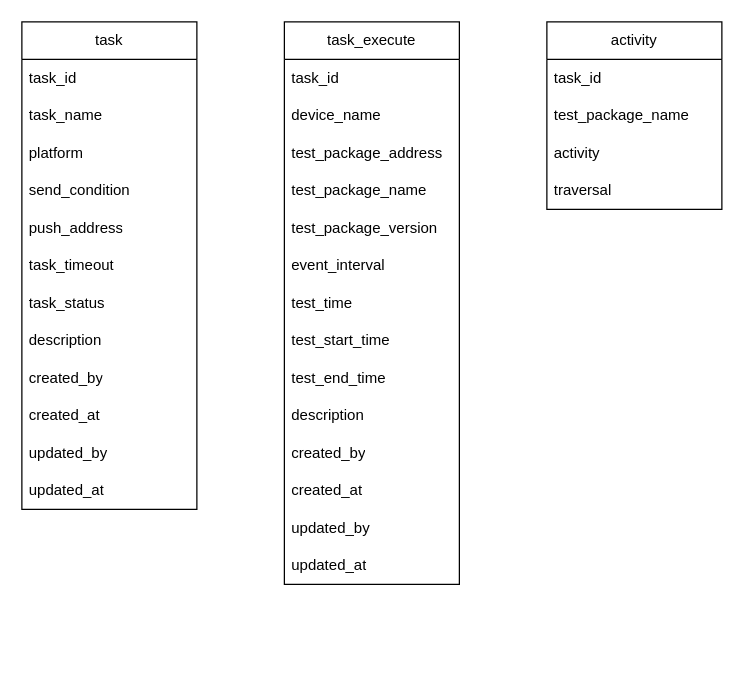
chengmo23/draw.io keeps this draw.io diagram as app稳定性测试平台.drawio. Above is the earlier version. Source tidied: cells renumbered, new cells numbered last; positions are measured from the earlier drawing's top-left corner, leaving out a move shared by most shapes. Both pictures are drawn from the tidied source at 125%, with x=0, y=0 at pixel (21, 21).
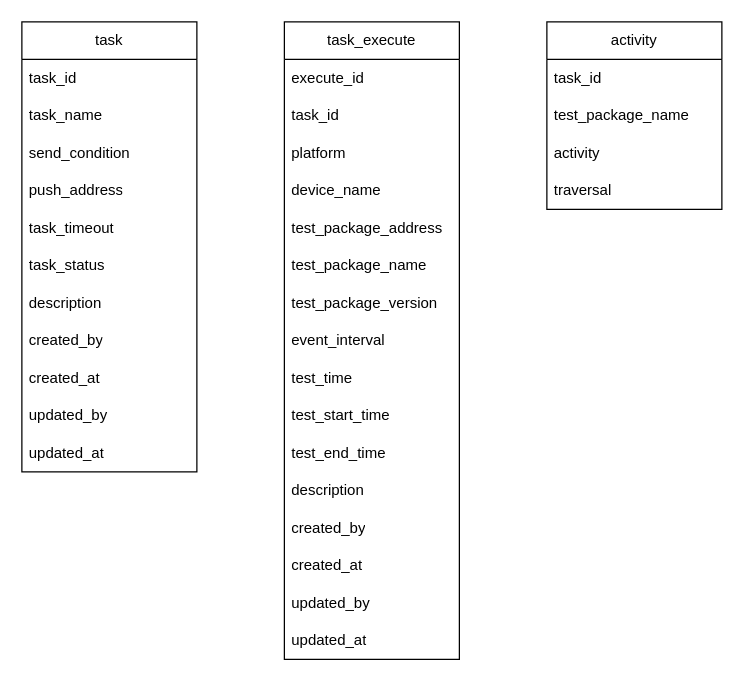
The same page after the edit.

Commit message:
更新app稳定性测试平台.drawio

Diff of the diagram source:
```diff
@@
     <mxCell id="2" value="task" style="swimlane;fontStyle=0;horizontal=1;startSize=30;whiteSpace=wrap;html=1;" parent="1" vertex="1">
-      <mxGeometry width="140" height="390" as="geometry" />
+      <mxGeometry width="140" height="360" as="geometry" />
     </mxCell>
@@
-    <mxCell id="5" value="platform" style="text;strokeColor=none;fillColor=none;align=left;verticalAlign=middle;spacingLeft=4;spacingRight=4;overflow=hidden;whiteSpace=wrap;html=1;" parent="2" vertex="1">
-      <mxGeometry y="90" width="140" height="30" as="geometry" />
-    </mxCell>
     <mxCell id="6" value="send_condition" style="text;strokeColor=none;fillColor=none;align=left;verticalAlign=middle;spacingLeft=4;spacingRight=4;overflow=hidden;whiteSpace=wrap;html=1;" parent="2" vertex="1">
-      <mxGeometry y="120" width="140" height="30" as="geometry" />
+      <mxGeometry y="90" width="140" height="30" as="geometry" />
     </mxCell>
     <mxCell id="7" value="push_address" style="text;strokeColor=none;fillColor=none;align=left;verticalAlign=middle;spacingLeft=4;spacingRight=4;overflow=hidden;whiteSpace=wrap;html=1;" parent="2" vertex="1">
-      <mxGeometry y="150" width="140" height="30" as="geometry" />
+      <mxGeometry y="120" width="140" height="30" as="geometry" />
     </mxCell>
     <mxCell id="8" value="task_timeout" style="text;strokeColor=none;fillColor=none;align=left;verticalAlign=middle;spacingLeft=4;spacingRight=4;overflow=hidden;whiteSpace=wrap;html=1;" parent="2" vertex="1">
-      <mxGeometry y="180" width="140" height="30" as="geometry" />
+      <mxGeometry y="150" width="140" height="30" as="geometry" />
     </mxCell>
     <mxCell id="9" value="task_status" style="text;strokeColor=none;fillColor=none;align=left;verticalAlign=middle;spacingLeft=4;spacingRight=4;overflow=hidden;whiteSpace=wrap;html=1;" parent="2" vertex="1">
-      <mxGeometry y="210" width="140" height="30" as="geometry" />
+      <mxGeometry y="180" width="140" height="30" as="geometry" />
     </mxCell>
     <mxCell id="10" value="description" style="text;strokeColor=none;fillColor=none;align=left;verticalAlign=middle;spacingLeft=4;spacingRight=4;overflow=hidden;whiteSpace=wrap;html=1;" parent="2" vertex="1">
-      <mxGeometry y="240" width="140" height="30" as="geometry" />
+      <mxGeometry y="210" width="140" height="30" as="geometry" />
     </mxCell>
     <mxCell id="11" value="created_by" style="text;strokeColor=none;fillColor=none;align=left;verticalAlign=middle;spacingLeft=4;spacingRight=4;overflow=hidden;whiteSpace=wrap;html=1;" parent="2" vertex="1">
-      <mxGeometry y="270" width="140" height="30" as="geometry" />
+      <mxGeometry y="240" width="140" height="30" as="geometry" />
     </mxCell>
     <mxCell id="12" value="created_at" style="text;strokeColor=none;fillColor=none;align=left;verticalAlign=middle;spacingLeft=4;spacingRight=4;overflow=hidden;whiteSpace=wrap;html=1;" parent="2" vertex="1">
-      <mxGeometry y="300" width="140" height="30" as="geometry" />
+      <mxGeometry y="270" width="140" height="30" as="geometry" />
     </mxCell>
     <mxCell id="13" value="updated_by" style="text;strokeColor=none;fillColor=none;align=left;verticalAlign=middle;spacingLeft=4;spacingRight=4;overflow=hidden;whiteSpace=wrap;html=1;" parent="2" vertex="1">
-      <mxGeometry y="330" width="140" height="30" as="geometry" />
+      <mxGeometry y="300" width="140" height="30" as="geometry" />
     </mxCell>
     <mxCell id="14" value="updated_at" style="text;strokeColor=none;fillColor=none;align=left;verticalAlign=middle;spacingLeft=4;spacingRight=4;overflow=hidden;whiteSpace=wrap;html=1;" parent="2" vertex="1">
-      <mxGeometry y="360" width="140" height="30" as="geometry" />
+      <mxGeometry y="330" width="140" height="30" as="geometry" />
     </mxCell>
     <mxCell id="15" value="task_execute" style="swimlane;fontStyle=0;horizontal=1;startSize=30;whiteSpace=wrap;html=1;" parent="1" vertex="1">
-      <mxGeometry x="210" width="140" height="450" as="geometry" />
+      <mxGeometry x="210" width="140" height="510" as="geometry" />
     </mxCell>
+    <mxCell id="35" value="execute_id" style="text;strokeColor=none;fillColor=none;align=left;verticalAlign=middle;spacingLeft=4;spacingRight=4;overflow=hidden;whiteSpace=wrap;html=1;" parent="15" vertex="1">
+      <mxGeometry y="30" width="140" height="30" as="geometry" />
+    </mxCell>
     <mxCell id="16" value="task_id" style="text;strokeColor=none;fillColor=none;align=left;verticalAlign=middle;spacingLeft=4;spacingRight=4;overflow=hidden;whiteSpace=wrap;html=1;" parent="15" vertex="1">
-      <mxGeometry y="30" width="140" height="30" as="geometry" />
+      <mxGeometry y="60" width="140" height="30" as="geometry" />
     </mxCell>
+    <mxCell id="5" value="platform" style="text;strokeColor=none;fillColor=none;align=left;verticalAlign=middle;spacingLeft=4;spacingRight=4;overflow=hidden;whiteSpace=wrap;html=1;" parent="15" vertex="1">
+      <mxGeometry y="90" width="140" height="30" as="geometry" />
+    </mxCell>
     <mxCell id="17" value="device_name" style="text;strokeColor=none;fillColor=none;align=left;verticalAlign=middle;spacingLeft=4;spacingRight=4;overflow=hidden;whiteSpace=wrap;html=1;" parent="15" vertex="1">
-      <mxGeometry y="60" width="140" height="30" as="geometry" />
+      <mxGeometry y="120" width="140" height="30" as="geometry" />
     </mxCell>
     <mxCell id="18" value="test_package_address" style="text;strokeColor=none;fillColor=none;align=left;verticalAlign=middle;spacingLeft=4;spacingRight=4;overflow=hidden;whiteSpace=wrap;html=1;" parent="15" vertex="1">
-      <mxGeometry y="90" width="140" height="30" as="geometry" />
+      <mxGeometry y="150" width="140" height="30" as="geometry" />
     </mxCell>
     <mxCell id="19" value="test_package_name" style="text;strokeColor=none;fillColor=none;align=left;verticalAlign=middle;spacingLeft=4;spacingRight=4;overflow=hidden;whiteSpace=wrap;html=1;" parent="15" vertex="1">
-      <mxGeometry y="120" width="140" height="30" as="geometry" />
+      <mxGeometry y="180" width="140" height="30" as="geometry" />
     </mxCell>
     <mxCell id="20" value="test_package_version" style="text;strokeColor=none;fillColor=none;align=left;verticalAlign=middle;spacingLeft=4;spacingRight=4;overflow=hidden;whiteSpace=wrap;html=1;" parent="15" vertex="1">
-      <mxGeometry y="150" width="140" height="30" as="geometry" />
+      <mxGeometry y="210" width="140" height="30" as="geometry" />
     </mxCell>
     <mxCell id="21" value="event_interval" style="text;strokeColor=none;fillColor=none;align=left;verticalAlign=middle;spacingLeft=4;spacingRight=4;overflow=hidden;whiteSpace=wrap;html=1;" parent="15" vertex="1">
-      <mxGeometry y="180" width="140" height="30" as="geometry" />
+      <mxGeometry y="240" width="140" height="30" as="geometry" />
     </mxCell>
     <mxCell id="22" value="test_time" style="text;strokeColor=none;fillColor=none;align=left;verticalAlign=middle;spacingLeft=4;spacingRight=4;overflow=hidden;whiteSpace=wrap;html=1;" parent="15" vertex="1">
-      <mxGeometry y="210" width="140" height="30" as="geometry" />
+      <mxGeometry y="270" width="140" height="30" as="geometry" />
     </mxCell>
     <mxCell id="23" value="test_start_time" style="text;strokeColor=none;fillColor=none;align=left;verticalAlign=middle;spacingLeft=4;spacingRight=4;overflow=hidden;whiteSpace=wrap;html=1;" parent="15" vertex="1">
-      <mxGeometry y="240" width="140" height="30" as="geometry" />
+      <mxGeometry y="300" width="140" height="30" as="geometry" />
     </mxCell>
     <mxCell id="24" value="test_end_time" style="text;strokeColor=none;fillColor=none;align=left;verticalAlign=middle;spacingLeft=4;spacingRight=4;overflow=hidden;whiteSpace=wrap;html=1;" parent="15" vertex="1">
-      <mxGeometry y="270" width="140" height="30" as="geometry" />
+      <mxGeometry y="330" width="140" height="30" as="geometry" />
     </mxCell>
     <mxCell id="25" value="description" style="text;strokeColor=none;fillColor=none;align=left;verticalAlign=middle;spacingLeft=4;spacingRight=4;overflow=hidden;whiteSpace=wrap;html=1;" parent="15" vertex="1">
-      <mxGeometry y="300" width="140" height="30" as="geometry" />
+      <mxGeometry y="360" width="140" height="30" as="geometry" />
     </mxCell>
     <mxCell id="26" value="created_by" style="text;strokeColor=none;fillColor=none;align=left;verticalAlign=middle;spacingLeft=4;spacingRight=4;overflow=hidden;whiteSpace=wrap;html=1;" parent="15" vertex="1">
-      <mxGeometry y="330" width="140" height="30" as="geometry" />
+      <mxGeometry y="390" width="140" height="30" as="geometry" />
     </mxCell>
     <mxCell id="27" value="created_at" style="text;strokeColor=none;fillColor=none;align=left;verticalAlign=middle;spacingLeft=4;spacingRight=4;overflow=hidden;whiteSpace=wrap;html=1;" parent="15" vertex="1">
-      <mxGeometry y="360" width="140" height="30" as="geometry" />
+      <mxGeometry y="420" width="140" height="30" as="geometry" />
     </mxCell>
     <mxCell id="28" value="updated_by" style="text;strokeColor=none;fillColor=none;align=left;verticalAlign=middle;spacingLeft=4;spacingRight=4;overflow=hidden;whiteSpace=wrap;html=1;" parent="15" vertex="1">
-      <mxGeometry y="390" width="140" height="30" as="geometry" />
+      <mxGeometry y="450" width="140" height="30" as="geometry" />
     </mxCell>
     <mxCell id="29" value="updated_at" style="text;strokeColor=none;fillColor=none;align=left;verticalAlign=middle;spacingLeft=4;spacingRight=4;overflow=hidden;whiteSpace=wrap;html=1;" parent="15" vertex="1">
-      <mxGeometry y="420" width="140" height="30" as="geometry" />
+      <mxGeometry y="480" width="140" height="30" as="geometry" />
     </mxCell>
```
